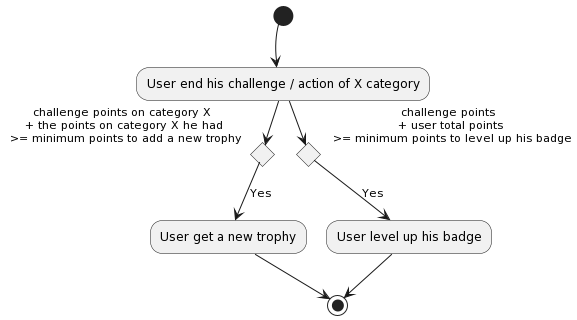
Earlier version of the PlantUML export conception/diagrams/activities/activity_trophy_badge.png (Eco-Gest/Frontend-Flutter). The source it was exported from:
```plantuml
@startuml
(*)  --> "User end his challenge / action of X category"

If "challenge points on category X \n + the points on category X he had \n >= minimum points to add a new trophy" then
--> [Yes] "User get a new trophy"
Endif
-->(*)

(*)  --[hidden]> "User end his challenge / action of X category"
If "challenge points \n + user total points \n >= minimum points to level up his badge" then
--> [Yes] "User level up his badge"

Endif
-->(*)
@enduml
```
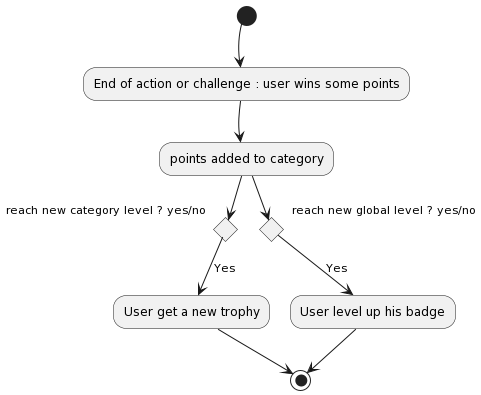
Above is the later version.

Change to the diagram source:
```diff
@@ -1,15 +1,16 @@
 @startuml
-(*)  --> "User end his challenge / action of X category"
+(*) --> "End of action or challenge : user wins some points"
+--> points added to category
 
-If "challenge points on category X \n + the points on category X he had \n >= minimum points to add a new trophy" then
+If "reach new category level ? yes/no" then
 --> [Yes] "User get a new trophy"
+-->(*)
 Endif
+
+(*) -[hidden]-> "End of action or challenge : user wins some points"
+-[hidden]-> points added to category
+If "reach new global level ? yes/no" then
+--> [Yes] "User level up his badge"
 -->(*)
-
-(*)  --[hidden]> "User end his challenge / action of X category"
-If "challenge points \n + user total points \n >= minimum points to level up his badge" then
---> [Yes] "User level up his badge"
-
 Endif
--->(*)
 @enduml
```
